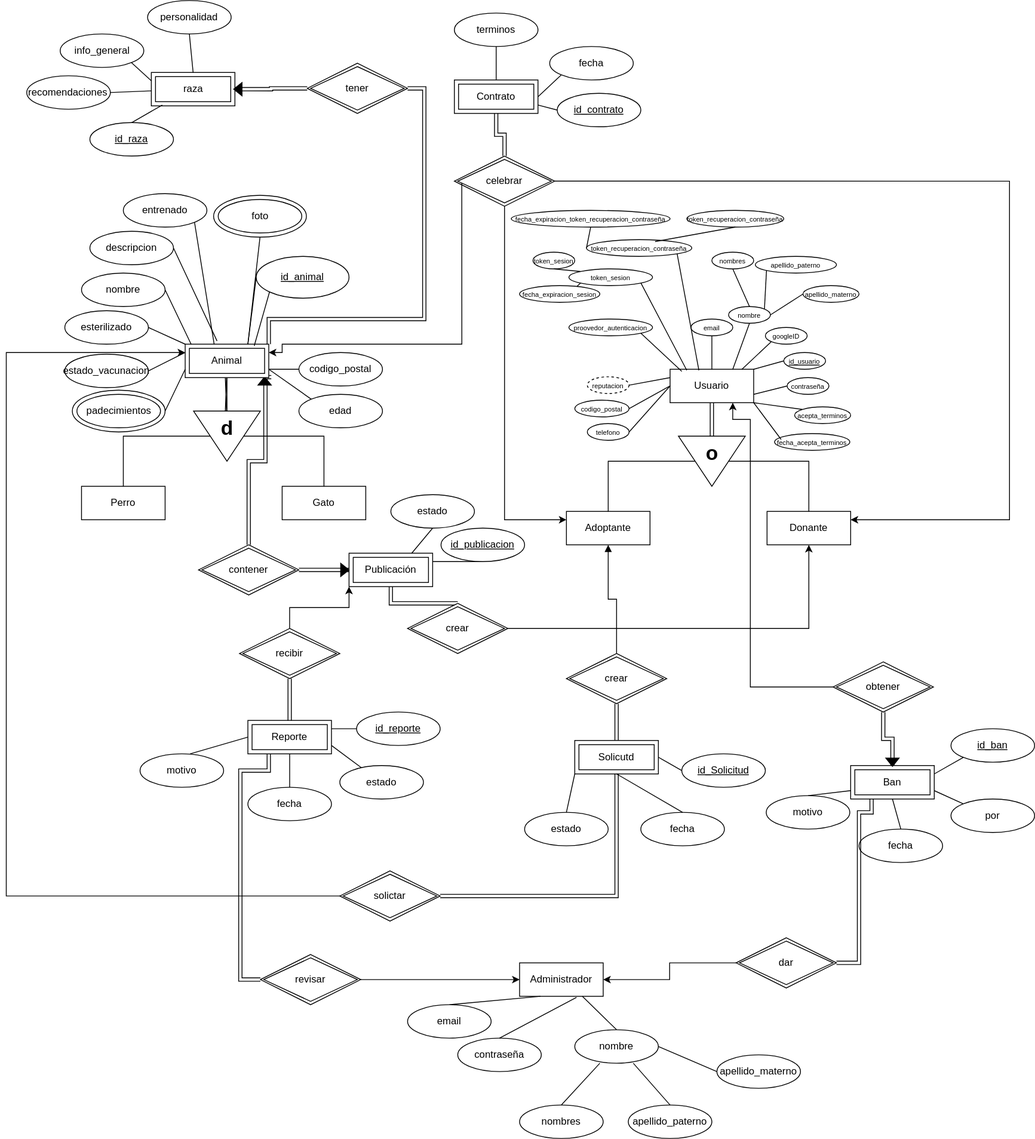
Above: database/AdogtaER.svg in ids-fciencias-7009-2026-2/kernel-adogta-api (draw.io), before the change. Source tidied: cells renumbered, new cells last; positions are measured from the earlier drawing's top-left corner, leaving out a move shared by most shapes.
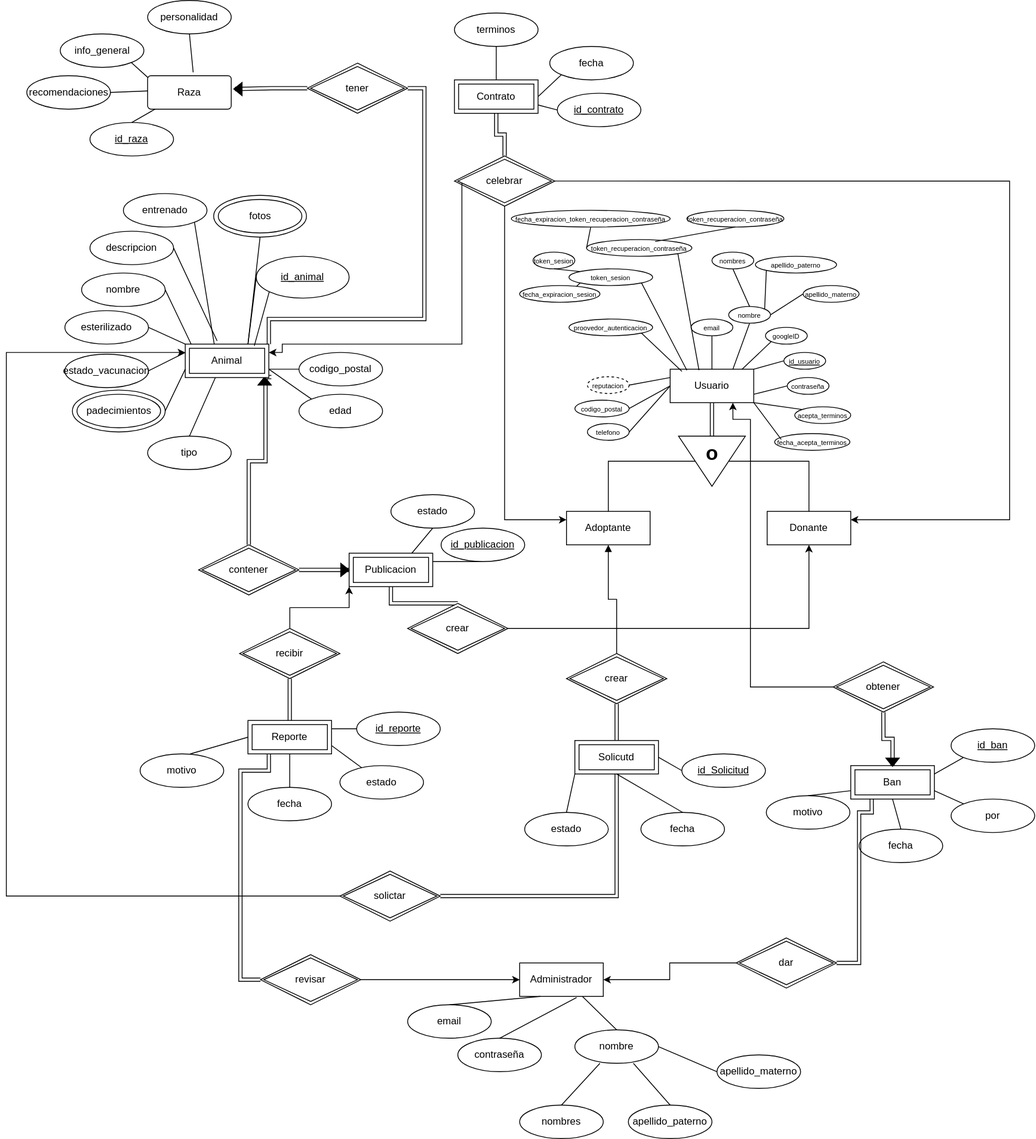
Later version of the same file.

Commit message:
elimincación de herencia innecesaria y modificación leve de atributos y entidades

Diff of the diagram source:
```diff
@@ -89,36 +89,13 @@
     <mxCell id="25" value="&lt;font style=&quot;font-size: 8px;&quot;&gt;telefono&lt;/font&gt;" style="ellipse;whiteSpace=wrap;html=1;align=center;" parent="1" vertex="1">
       <mxGeometry x="695" y="506" width="50" height="20" as="geometry" />
     </mxCell>
-    <mxCell id="26" style="edgeStyle=orthogonalEdgeStyle;rounded=0;jettySize=auto;html=1;exitX=0.5;exitY=1;exitDx=0;exitDy=0;entryX=0;entryY=0.5;entryDx=0;entryDy=0;shape=link;" parent="1" edge="1" target="31">
-      <mxGeometry relative="1" as="geometry">
-        <mxPoint x="264" y="451" as="sourcePoint" />
-      </mxGeometry>
-    </mxCell>
-    <mxCell id="27" value="Perro" style="whiteSpace=wrap;html=1;align=center;" parent="1" vertex="1">
-      <mxGeometry x="90" y="581" width="100" height="40" as="geometry" />
-    </mxCell>
-    <mxCell id="28" value="Gato" style="whiteSpace=wrap;html=1;align=center;" parent="1" vertex="1">
-      <mxGeometry x="330" y="581" width="100" height="40" as="geometry" />
-    </mxCell>
-    <mxCell id="29" style="edgeStyle=orthogonalEdgeStyle;rounded=0;jettySize=auto;html=1;exitX=0.5;exitY=0;exitDx=0;exitDy=0;endArrow=none;endFill=0;" parent="1" edge="1" source="31" target="28">
-      <mxGeometry relative="1" as="geometry" />
-    </mxCell>
-    <mxCell id="30" style="edgeStyle=orthogonalEdgeStyle;rounded=0;jettySize=auto;html=1;exitX=0.5;exitY=1;exitDx=0;exitDy=0;endArrow=none;endFill=0;" parent="1" edge="1" source="31" target="27">
-      <mxGeometry relative="1" as="geometry" />
-    </mxCell>
-    <mxCell id="31" style="triangle;whiteSpace=wrap;html=1;rotation=90;" parent="1" vertex="1">
-      <mxGeometry x="234" y="481" width="60" height="80" as="geometry" />
-    </mxCell>
-    <mxCell id="32" value="d" style="text;strokeColor=none;fillColor=none;html=1;fontSize=24;fontStyle=1;verticalAlign=middle;align=center;" parent="1" vertex="1">
-      <mxGeometry x="249" y="511" width="30" as="geometry" />
-    </mxCell>
     <mxCell id="33" value="nombre" style="ellipse;whiteSpace=wrap;html=1;align=center;" parent="1" vertex="1">
       <mxGeometry x="90" y="326" width="100" height="40" as="geometry" />
     </mxCell>
     <mxCell id="34" value="descripcion" style="ellipse;whiteSpace=wrap;html=1;align=center;" parent="1" vertex="1">
       <mxGeometry x="100" y="276" width="100" height="40" as="geometry" />
     </mxCell>
-    <mxCell id="35" value="foto" style="ellipse;whiteSpace=wrap;html=1;align=center;" parent="1" vertex="1">
+    <mxCell id="35" value="fotos" style="ellipse;whiteSpace=wrap;html=1;align=center;" parent="1" vertex="1">
       <mxGeometry x="253.5" y="238" width="100" height="40" as="geometry" />
     </mxCell>
     <mxCell id="36" style="edgeStyle=orthogonalEdgeStyle;rounded=0;jettySize=auto;html=1;exitX=0;exitY=0.5;exitDx=0;exitDy=0;entryX=1;entryY=0.75;entryDx=0;entryDy=0;endArrow=none;endFill=0;" parent="1" edge="1" source="37">
@@ -187,7 +164,7 @@
     <mxCell id="53" style="rounded=0;jettySize=auto;html=1;exitX=1;exitY=0.25;exitDx=0;exitDy=0;entryX=0.5;entryY=1;entryDx=0;entryDy=0;endArrow=none;endFill=0;" parent="1" edge="1" source="54" target="123">
       <mxGeometry relative="1" as="geometry" />
     </mxCell>
-    <mxCell id="54" value="Publicación" style="shape=ext;margin=3;double=1;whiteSpace=wrap;html=1;align=center;" parent="1" vertex="1">
+    <mxCell id="54" value="Publicacion" style="shape=ext;margin=3;double=1;whiteSpace=wrap;html=1;align=center;" parent="1" vertex="1">
       <mxGeometry x="410" y="661" width="100" height="40" as="geometry" />
     </mxCell>
     <mxCell id="55" value="&lt;font style=&quot;font-size: 8px;&quot;&gt;contraseña&lt;/font&gt;" style="ellipse;whiteSpace=wrap;html=1;align=center;" parent="1" vertex="1">
@@ -385,26 +362,31 @@
     <mxCell id="108" value="solictar" style="shape=rhombus;double=1;perimeter=rhombusPerimeter;whiteSpace=wrap;html=1;align=center;" parent="1" vertex="1">
       <mxGeometry x="399" y="1041" width="120" height="60" as="geometry" />
     </mxCell>
-    <mxCell id="109" style="rounded=0;jettySize=auto;html=1;exitX=0.5;exitY=0;exitDx=0;exitDy=0;entryX=0.5;entryY=1;entryDx=0;entryDy=0;endArrow=none;endFill=0;" parent="1" edge="1" source="110" target="43">
-      <mxGeometry relative="1" as="geometry" />
+    <mxCell id="109" style="rounded=0;jettySize=auto;html=1;exitX=0.5;exitY=0;exitDx=0;exitDy=0;entryX=0.5;entryY=1;entryDx=0;entryDy=0;endArrow=none;endFill=0;" parent="1" edge="1" target="43">
+      <mxGeometry relative="1" as="geometry">
+        <mxPoint x="223.5" y="86" as="sourcePoint" />
+      </mxGeometry>
     </mxCell>
-    <mxCell id="110" value="raza" style="shape=ext;margin=3;double=1;whiteSpace=wrap;html=1;align=center;" parent="1" vertex="1">
-      <mxGeometry x="173.5" y="86" width="100" height="40" as="geometry" />
-    </mxCell>
-    <mxCell id="111" style="edgeStyle=orthogonalEdgeStyle;rounded=0;jettySize=auto;html=1;exitX=0;exitY=0.5;exitDx=0;exitDy=0;entryX=1;entryY=0.5;entryDx=0;entryDy=0;shape=link;" parent="1" edge="1" source="112" target="110">
-      <mxGeometry relative="1" as="geometry" />
+    <mxCell id="111" style="edgeStyle=orthogonalEdgeStyle;rounded=0;jettySize=auto;html=1;exitX=0;exitY=0.5;exitDx=0;exitDy=0;entryX=1;entryY=0.5;entryDx=0;entryDy=0;shape=link;" parent="1" edge="1" source="112">
+      <mxGeometry relative="1" as="geometry">
+        <mxPoint x="273.5" y="106" as="targetPoint" />
+      </mxGeometry>
     </mxCell>
     <mxCell id="112" value="tener" style="shape=rhombus;double=1;perimeter=rhombusPerimeter;whiteSpace=wrap;html=1;align=center;" parent="1" vertex="1">
       <mxGeometry x="360" y="75" width="120" height="60" as="geometry" />
     </mxCell>
-    <mxCell id="113" style="rounded=0;jettySize=auto;html=1;exitX=1;exitY=1;exitDx=0;exitDy=0;entryX=0;entryY=0.25;entryDx=0;entryDy=0;endArrow=none;endFill=0;" parent="1" edge="1" source="114" target="110">
-      <mxGeometry relative="1" as="geometry" />
+    <mxCell id="113" style="rounded=0;jettySize=auto;html=1;exitX=1;exitY=1;exitDx=0;exitDy=0;entryX=0;entryY=0.25;entryDx=0;entryDy=0;endArrow=none;endFill=0;" parent="1" edge="1" source="114">
+      <mxGeometry relative="1" as="geometry">
+        <mxPoint x="173.5" y="96" as="targetPoint" />
+      </mxGeometry>
     </mxCell>
     <mxCell id="114" value="info_general" style="ellipse;whiteSpace=wrap;html=1;align=center;gradientColor=none;fillColor=default;" parent="1" vertex="1">
       <mxGeometry x="64.5" y="40" width="100" height="40" as="geometry" />
     </mxCell>
-    <mxCell id="115" style="rounded=0;jettySize=auto;html=1;exitX=1;exitY=0.5;exitDx=0;exitDy=0;endArrow=none;endFill=0;" parent="1" edge="1" source="116" target="110">
-      <mxGeometry relative="1" as="geometry" />
+    <mxCell id="115" style="rounded=0;jettySize=auto;html=1;exitX=1;exitY=0.5;exitDx=0;exitDy=0;endArrow=none;endFill=0;" parent="1" edge="1" source="116">
+      <mxGeometry relative="1" as="geometry">
+        <mxPoint x="173.5" y="108" as="targetPoint" />
+      </mxGeometry>
     </mxCell>
     <mxCell id="116" value="recomendaciones" style="ellipse;whiteSpace=wrap;html=1;align=center;gradientColor=none;fillColor=default;" parent="1" vertex="1">
       <mxGeometry x="24.5" y="90" width="100" height="40" as="geometry" />
@@ -436,8 +418,10 @@
     <mxCell id="125" value="id_raza" style="ellipse;whiteSpace=wrap;html=1;align=center;fontStyle=4;" parent="1" vertex="1">
       <mxGeometry x="100" y="146" width="100" height="40" as="geometry" />
     </mxCell>
-    <mxCell id="126" style="rounded=0;jettySize=auto;html=1;exitX=0.5;exitY=0;exitDx=0;exitDy=0;entryX=0.132;entryY=0.974;entryDx=0;entryDy=0;entryPerimeter=0;endArrow=none;endFill=0;" parent="1" edge="1" source="125" target="110">
-      <mxGeometry relative="1" as="geometry" />
+    <mxCell id="126" style="rounded=0;jettySize=auto;html=1;exitX=0.5;exitY=0;exitDx=0;exitDy=0;entryX=0.132;entryY=0.974;entryDx=0;entryDy=0;entryPerimeter=0;endArrow=none;endFill=0;" parent="1" edge="1" source="125">
+      <mxGeometry relative="1" as="geometry">
+        <mxPoint x="186.7" y="125" as="targetPoint" />
+      </mxGeometry>
     </mxCell>
     <mxCell id="127" value="id_contrato" style="ellipse;whiteSpace=wrap;html=1;align=center;fontStyle=4;" parent="1" vertex="1">
       <mxGeometry x="659" y="111" width="100" height="40" as="geometry" />
@@ -597,5 +581,14 @@
     <mxCell id="175" style="rounded=0;jettySize=auto;html=1;exitX=0.5;exitY=0;exitDx=0;exitDy=0;entryX=0.3;entryY=1;entryDx=0;entryDy=0;entryPerimeter=0;endArrow=none;endFill=0;" parent="1" edge="1" source="171" target="170">
       <mxGeometry relative="1" as="geometry" />
     </mxCell>
+    <mxCell id="176" value="Raza" style="rounded=1;arcSize=10;whiteSpace=wrap;html=1;align=center;" parent="1" vertex="1">
+      <mxGeometry x="169" y="90" width="100" height="40" as="geometry" />
+    </mxCell>
+    <mxCell id="177" value="tipo" style="ellipse;whiteSpace=wrap;html=1;align=center;" parent="1" vertex="1">
+      <mxGeometry x="169" y="521" width="100" height="40" as="geometry" />
+    </mxCell>
+    <mxCell id="178" style="rounded=0;jettySize=auto;html=1;exitX=0.5;exitY=0;exitDx=0;exitDy=0;entryX=0.36;entryY=1;entryDx=0;entryDy=0;entryPerimeter=0;endArrow=none;endFill=0;" parent="1" edge="1" source="177" target="59">
+      <mxGeometry relative="1" as="geometry" />
+    </mxCell>
   </root>
 </mxGraphModel>
```
